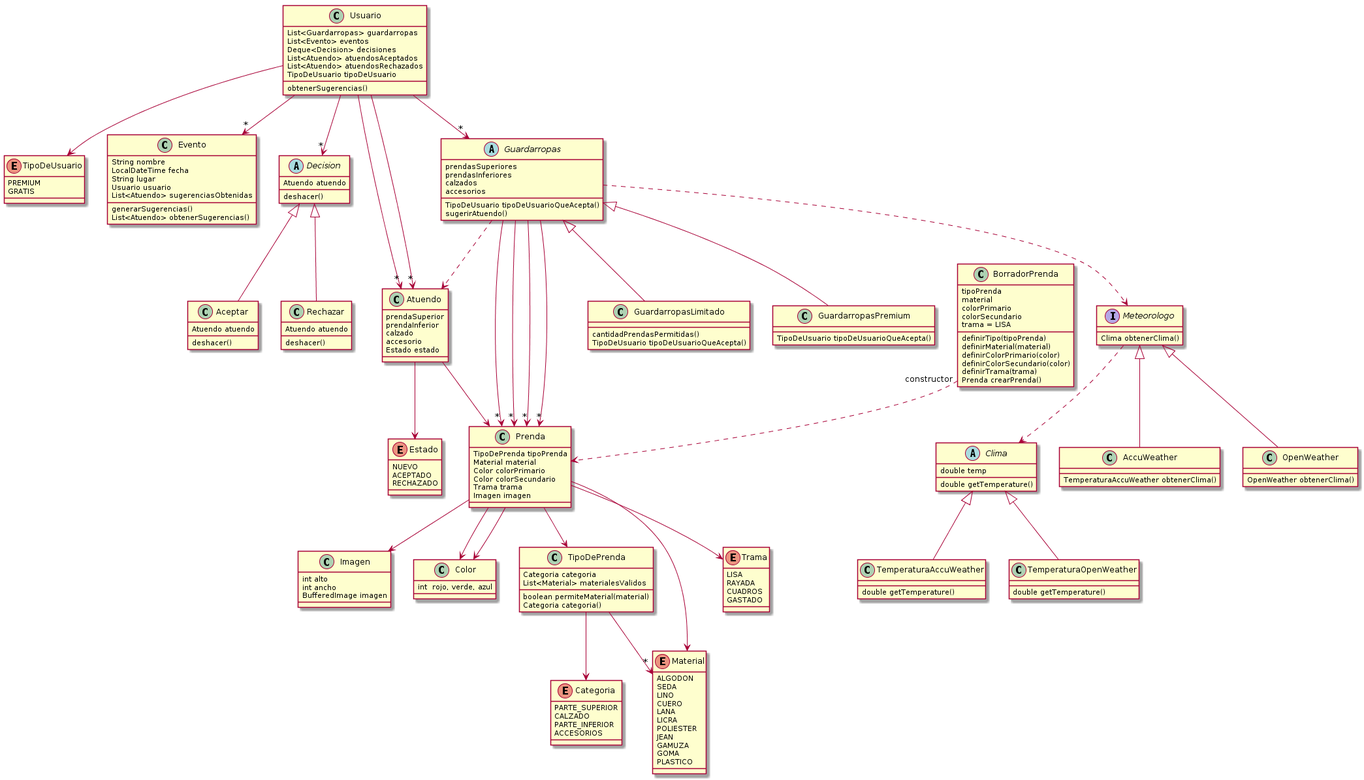
facundosalerno/2019-vi-no-group-20 keeps this PlantUML diagram as Diagramas/DiagramaDeClasesEntrega2.png. Above is the earlier version.
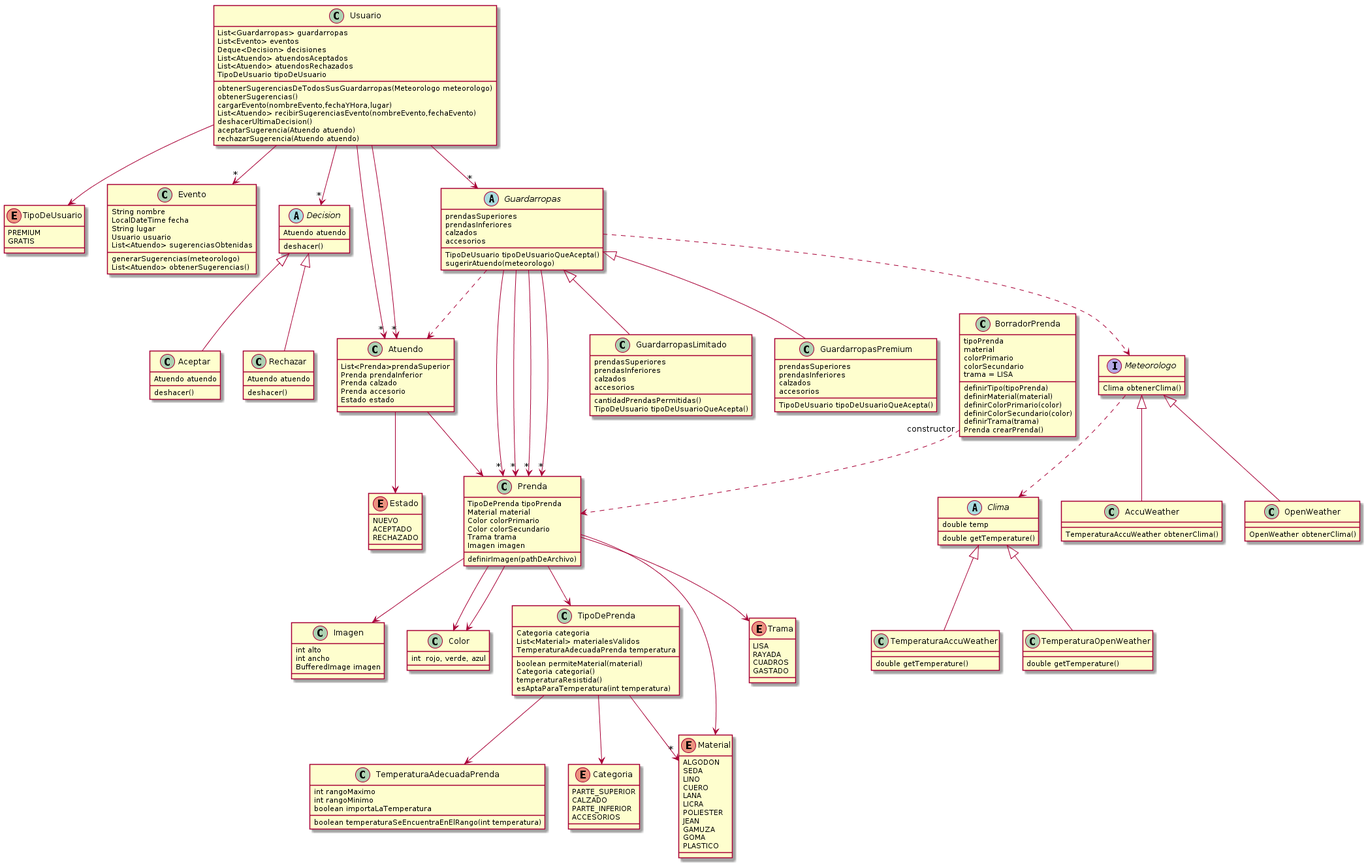
After the change.

Commit message:
Diagrama de clases completo

Diff of the diagram source:
```diff
@@ -7,8 +7,16 @@
    List<Atuendo> atuendosAceptados
    List<Atuendo> atuendosRechazados
    TipoDeUsuario tipoDeUsuario
+
+   obtenerSugerenciasDeTodosSusGuardarropas(Meteorologo meteorologo)
    obtenerSugerencias()
+   cargarEvento(nombreEvento,fechaYHora,lugar)
+   List<Atuendo> recibirSugerenciasEvento(nombreEvento,fechaEvento)
+   deshacerUltimaDecision()
+   aceptarSugerencia(Atuendo atuendo)
+   rechazarSugerencia(Atuendo atuendo)
 }
+
 
 enum TipoDeUsuario{
     PREMIUM
@@ -21,7 +29,7 @@
     	String lugar
     	Usuario usuario
     	List<Atuendo> sugerenciasObtenidas
-	generarSugerencias()
+	generarSugerencias(meteorologo)
 	List<Atuendo> obtenerSugerencias()
 
 }
@@ -47,6 +55,7 @@
     Color colorSecundario
     Trama trama
     Imagen imagen
+    definirImagen(pathDeArchivo)
 }
 
 class Imagen{
@@ -61,10 +70,20 @@
 class TipoDePrenda{
    Categoria categoria
    List<Material> materialesValidos
+   TemperaturaAdecuadaPrenda temperatura
    boolean permiteMaterial(material)
    Categoria categoria()
+   temperaturaResistida()
+   esAptaParaTemperatura(int temperatura)
+
 }
 
+class TemperaturaAdecuadaPrenda {
+    int rangoMaximo
+    int rangoMinimo
+    boolean importaLaTemperatura
+    boolean temperaturaSeEncuentraEnElRango(int temperatura)
+}
 
 class BorradorPrenda{
     tipoPrenda
@@ -81,11 +100,12 @@
     Prenda crearPrenda()
 }
 class Atuendo{
-    prendaSuperior
-    prendaInferior
-    calzado
-    accesorio
+    List<Prenda>prendaSuperior
+    Prenda prendaInferior
+    Prenda calzado
+    Prenda accesorio
     Estado estado
+
 }
 
 enum Estado {
@@ -100,15 +120,23 @@
     calzados
     accesorios
     TipoDeUsuario tipoDeUsuarioQueAcepta()
-    sugerirAtuendo()
+    sugerirAtuendo(meteorologo)
 }
 
 class GuardarropasLimitado{
-	 cantidadPrendasPermitidas()
-	 TipoDeUsuario tipoDeUsuarioQueAcepta()
+	prendasSuperiores
+	prendasInferiores
+	calzados
+	accesorios
+	cantidadPrendasPermitidas()
+	TipoDeUsuario tipoDeUsuarioQueAcepta()
 }
 class GuardarropasPremium{
-	 TipoDeUsuario tipoDeUsuarioQueAcepta()
+	prendasSuperiores
+	prendasInferiores
+	calzados
+	accesorios
+	TipoDeUsuario tipoDeUsuarioQueAcepta()
 }
 
 
@@ -168,6 +196,8 @@
 Prenda-->Material
 Prenda-->TipoDePrenda
 Prenda-->Imagen
+
+TipoDePrenda --> TemperaturaAdecuadaPrenda
 TipoDePrenda-->"*"Material
 TipoDePrenda-->Categoria
 BorradorPrenda"constructor" ..>Prenda
@@ -193,8 +223,6 @@
 Clima<|--TemperaturaAccuWeather
 Clima<|--TemperaturaOpenWeather
 
-
-
 Usuario-->"*"Guardarropas
 Usuario-->"*"Atuendo
 Usuario-->"*"Atuendo
```
